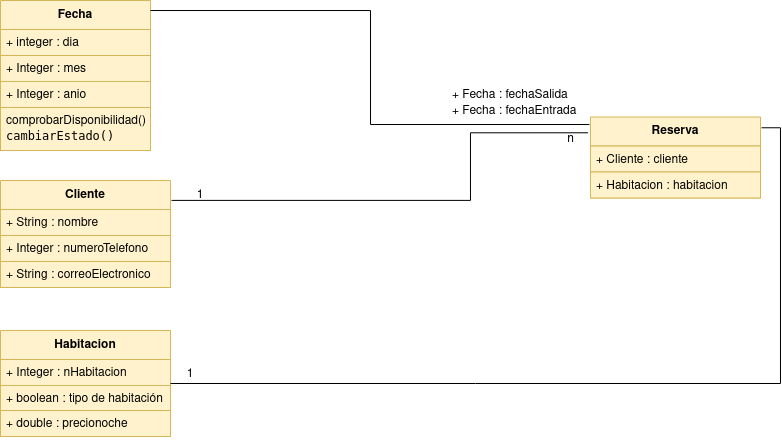
Before: asociacion.png, a diagram exported from draw.io (alejandrosalazargonzalez/asociacion). Source tidied: cells renumbered, new cells last; positions are measured from the earlier drawing's top-left corner, leaving out a move shared by most shapes. Source of this version:
```xml
<mxGraphModel>
  <root>
    <mxCell id="0" />
    <mxCell id="1" parent="0" />
    <mxCell id="2" value="Habitacion" style="swimlane;fontStyle=1;align=center;verticalAlign=middle;horizontal=1;startSize=29;html=1;whiteSpace=wrap;fillColor=#fff2cc;strokeColor=#d6b656;" parent="1" vertex="1">
      <mxGeometry y="330" width="170" height="106" as="geometry" />
    </mxCell>
    <mxCell id="3" value="+ Integer : nHabitacion" style="text;strokeColor=#d6b656;fillColor=#fff2cc;align=left;verticalAlign=top;spacingLeft=4;spacingRight=4;overflow=hidden;whiteSpace=wrap;html=1;" parent="2" vertex="1">
      <mxGeometry y="29" width="170" height="26" as="geometry" />
    </mxCell>
    <mxCell id="4" value="+ boolean : tipo de habitación" style="text;strokeColor=#d6b656;fillColor=#fff2cc;align=left;verticalAlign=top;spacingLeft=4;spacingRight=4;overflow=hidden;whiteSpace=wrap;html=1;" parent="2" vertex="1">
      <mxGeometry y="55" width="170" height="25" as="geometry" />
    </mxCell>
    <mxCell id="5" value="+ double : precionoche" style="text;strokeColor=#d6b656;fillColor=#fff2cc;align=left;verticalAlign=top;spacingLeft=4;spacingRight=4;overflow=hidden;whiteSpace=wrap;html=1;" parent="2" vertex="1">
      <mxGeometry y="80" width="170" height="26" as="geometry" />
    </mxCell>
    <mxCell id="6" value="Cliente" style="swimlane;fontStyle=1;align=center;verticalAlign=middle;horizontal=1;startSize=29;html=1;whiteSpace=wrap;fillColor=#fff2cc;strokeColor=#d6b656;" parent="1" vertex="1">
      <mxGeometry y="180" width="170" height="107" as="geometry" />
    </mxCell>
    <mxCell id="7" value="+ String : nombre" style="text;strokeColor=#d6b656;fillColor=#fff2cc;align=left;verticalAlign=top;spacingLeft=4;spacingRight=4;overflow=hidden;whiteSpace=wrap;html=1;" parent="6" vertex="1">
      <mxGeometry y="29" width="170" height="26" as="geometry" />
    </mxCell>
    <mxCell id="8" value="+ Integer : numeroTelefono" style="text;strokeColor=#d6b656;fillColor=#fff2cc;align=left;verticalAlign=top;spacingLeft=4;spacingRight=4;overflow=hidden;whiteSpace=wrap;html=1;" parent="6" vertex="1">
      <mxGeometry y="55" width="170" height="26" as="geometry" />
    </mxCell>
    <mxCell id="9" value="+ String : correoElectronico" style="text;strokeColor=#d6b656;fillColor=#fff2cc;align=left;verticalAlign=top;spacingLeft=4;spacingRight=4;overflow=hidden;whiteSpace=wrap;html=1;" parent="6" vertex="1">
      <mxGeometry y="81" width="170" height="26" as="geometry" />
    </mxCell>
    <mxCell id="10" value="Fecha" style="swimlane;fontStyle=1;align=center;verticalAlign=middle;horizontal=1;startSize=29;html=1;whiteSpace=wrap;fillColor=#fff2cc;strokeColor=#d6b656;" parent="1" vertex="1">
      <mxGeometry width="150" height="150" as="geometry" />
    </mxCell>
    <mxCell id="11" value="+ integer : dia" style="text;strokeColor=#d6b656;fillColor=#fff2cc;align=left;verticalAlign=top;spacingLeft=4;spacingRight=4;overflow=hidden;whiteSpace=wrap;html=1;" parent="10" vertex="1">
      <mxGeometry y="29" width="150" height="26" as="geometry" />
    </mxCell>
    <mxCell id="12" value="+ Integer : mes" style="text;strokeColor=#d6b656;fillColor=#fff2cc;align=left;verticalAlign=top;spacingLeft=4;spacingRight=4;overflow=hidden;whiteSpace=wrap;html=1;" parent="10" vertex="1">
      <mxGeometry y="55" width="150" height="26" as="geometry" />
    </mxCell>
    <mxCell id="13" value="+ Integer : anio" style="text;strokeColor=#d6b656;fillColor=#fff2cc;align=left;verticalAlign=top;spacingLeft=4;spacingRight=4;overflow=hidden;whiteSpace=wrap;html=1;" parent="10" vertex="1">
      <mxGeometry y="81" width="150" height="26" as="geometry" />
    </mxCell>
    <mxCell id="14" value="&lt;div&gt;comprobarDisponibilidad()&lt;/div&gt;&lt;div&gt;&lt;code&gt;cambiarEstado()&lt;/code&gt;&lt;/div&gt;" style="text;strokeColor=#d6b656;fillColor=#fff2cc;align=left;verticalAlign=top;spacingLeft=4;spacingRight=4;overflow=hidden;whiteSpace=wrap;html=1;" parent="10" vertex="1">
      <mxGeometry y="107" width="150" height="43" as="geometry" />
    </mxCell>
    <mxCell id="15" value="Reserva" style="swimlane;fontStyle=1;align=center;verticalAlign=middle;horizontal=1;startSize=29;html=1;whiteSpace=wrap;fillColor=#fff2cc;strokeColor=#d6b656;" parent="1" vertex="1">
      <mxGeometry x="590" y="116.5" width="170" height="81" as="geometry" />
    </mxCell>
    <mxCell id="16" value="+ Cliente : cliente" style="text;strokeColor=#d6b656;fillColor=#fff2cc;align=left;verticalAlign=top;spacingLeft=4;spacingRight=4;overflow=hidden;whiteSpace=wrap;html=1;" parent="15" vertex="1">
      <mxGeometry y="29" width="170" height="26" as="geometry" />
    </mxCell>
    <mxCell id="17" value="+ Habitacion : habitacion" style="text;strokeColor=#d6b656;fillColor=#fff2cc;align=left;verticalAlign=top;spacingLeft=4;spacingRight=4;overflow=hidden;whiteSpace=wrap;html=1;" parent="15" vertex="1">
      <mxGeometry y="55" width="170" height="26" as="geometry" />
    </mxCell>
    <mxCell id="18" value="1" style="text;html=1;align=center;verticalAlign=middle;whiteSpace=wrap;rounded=0;" parent="1" vertex="1">
      <mxGeometry x="170" y="180" width="60" height="30" as="geometry" />
    </mxCell>
    <mxCell id="19" value="n" style="text;align=center;fontStyle=0;verticalAlign=middle;spacingLeft=3;spacingRight=3;strokeColor=none;html=1;" parent="1" vertex="1">
      <mxGeometry x="530" y="126" width="80" height="26" as="geometry" />
    </mxCell>
    <mxCell id="20" style="edgeStyle=orthogonalEdgeStyle;rounded=0;jettySize=auto;html=1;entryX=1.006;entryY=0.133;entryDx=0;entryDy=0;entryPerimeter=0;endArrow=none;endFill=0;" parent="1" edge="1" source="2" target="15">
      <mxGeometry relative="1" as="geometry" />
    </mxCell>
    <mxCell id="21" value="1" style="text;html=1;align=center;verticalAlign=middle;whiteSpace=wrap;rounded=0;" parent="1" vertex="1">
      <mxGeometry x="160" y="359" width="60" height="30" as="geometry" />
    </mxCell>
    <mxCell id="22" value="+ Fecha : fechaSalida" style="text;html=1;align=left;verticalAlign=middle;whiteSpace=wrap;rounded=0;" parent="1" vertex="1">
      <mxGeometry x="450" y="80" width="120" height="30" as="geometry" />
    </mxCell>
    <mxCell id="23" value="+ Fecha : fechaEntrada&lt;span style=&quot;white-space: pre;&quot;&gt;&#9;&lt;/span&gt;" style="text;html=1;align=left;verticalAlign=middle;whiteSpace=wrap;rounded=0;" parent="1" vertex="1">
      <mxGeometry x="450" y="96" width="140" height="30" as="geometry" />
    </mxCell>
    <mxCell id="24" style="edgeStyle=orthogonalEdgeStyle;rounded=0;jettySize=auto;html=1;entryX=-0.006;entryY=0.093;entryDx=0;entryDy=0;entryPerimeter=0;endArrow=none;endFill=0;" parent="1" edge="1" source="10" target="15">
      <mxGeometry relative="1" as="geometry">
        <Array as="points">
          <mxPoint x="370" y="10" />
          <mxPoint x="370" y="124" />
        </Array>
      </mxGeometry>
    </mxCell>
    <mxCell id="25" style="edgeStyle=orthogonalEdgeStyle;rounded=0;jettySize=auto;html=1;entryX=-0.014;entryY=0.195;entryDx=0;entryDy=0;entryPerimeter=0;endArrow=none;endFill=0;exitX=1.006;exitY=0.186;exitDx=0;exitDy=0;exitPerimeter=0;" parent="1" edge="1" source="6" target="15">
      <mxGeometry relative="1" as="geometry">
        <Array as="points">
          <mxPoint x="470" y="200" />
          <mxPoint x="470" y="132" />
        </Array>
      </mxGeometry>
    </mxCell>
  </root>
</mxGraphModel>
```
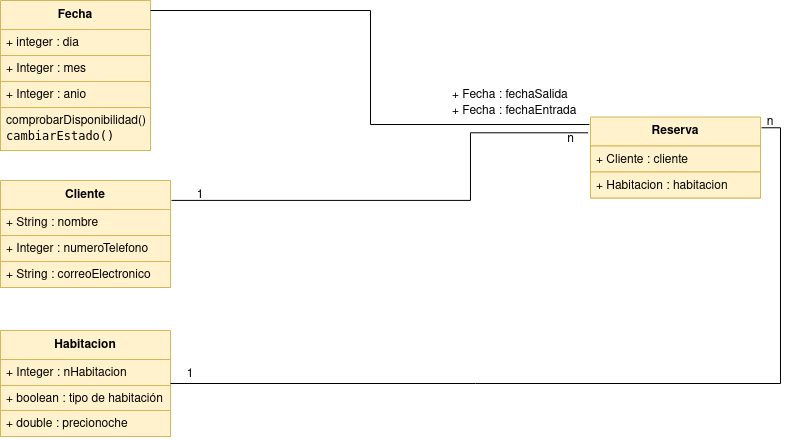
Later version of the same file.

What changed in the source:
```diff
@@ -84,5 +84,8 @@
         </Array>
       </mxGeometry>
     </mxCell>
+    <mxCell id="26" value="n" style="text;html=1;align=center;verticalAlign=middle;whiteSpace=wrap;rounded=0;" parent="1" vertex="1">
+      <mxGeometry x="740" y="107" width="60" height="30" as="geometry" />
+    </mxCell>
   </root>
 </mxGraphModel>
```
